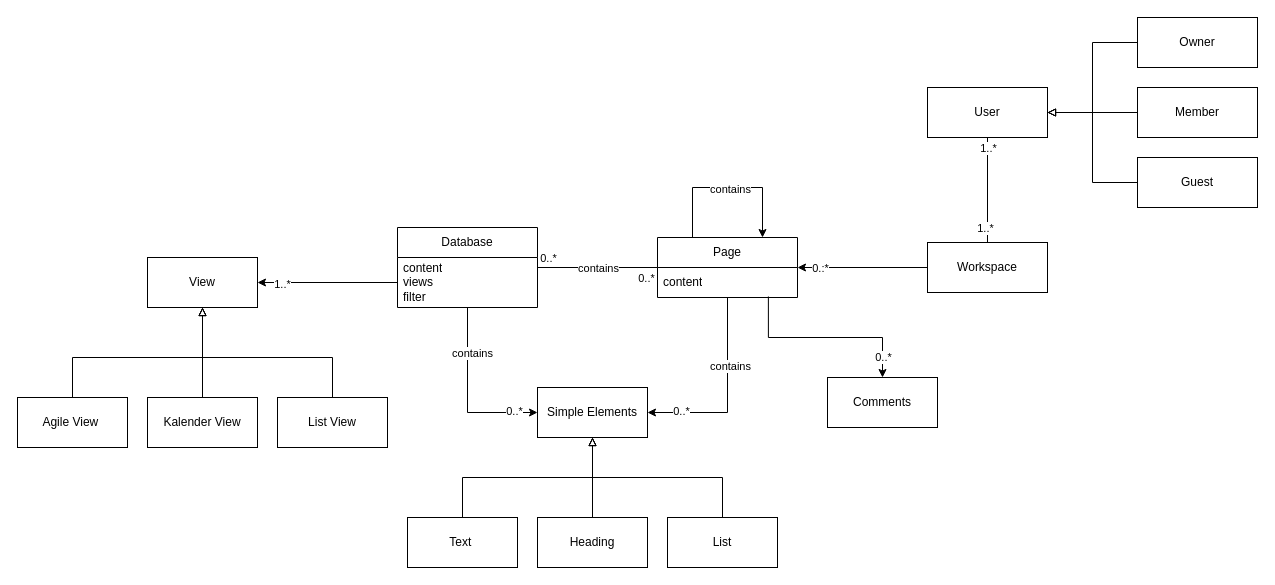
Earlier version of the draw.io diagram Notion_Class_Diagram.drawio (Adrian-Hansen-dev/software-architecture). Source tidied: cells renumbered, new cells numbered last; positions are measured from the earlier drawing's top-left corner, leaving out a move shared by most shapes. Both pictures are drawn from the tidied source at 100%, with x=0, y=0 at pixel (17, 17).
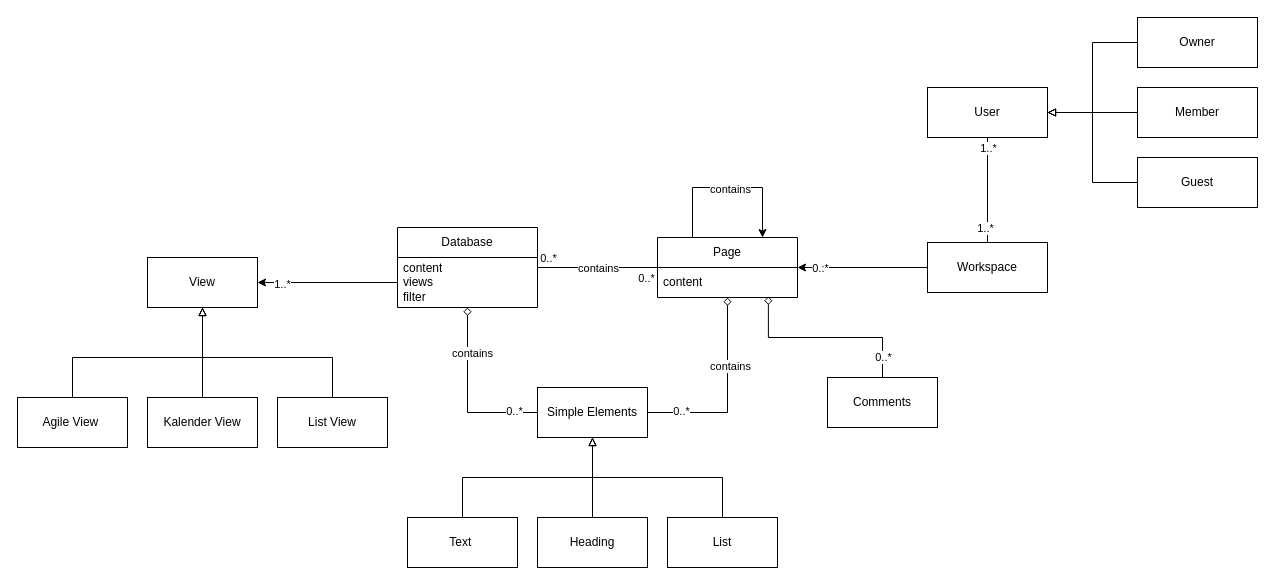
After the change.

The change refers to these unchanged cells:
```xml
<mxCell id="7" value="Page" style="swimlane;fontStyle=0;horizontal=1;startSize=30;whiteSpace=wrap;html=1;" parent="1" vertex="1">
  <mxGeometry x="640" y="220" width="140" height="60" as="geometry" />
</mxCell>
<mxCell id="8" value="content" style="text;strokeColor=none;fillColor=none;align=left;verticalAlign=middle;spacingLeft=4;spacingRight=4;overflow=hidden;points=[[0,0.5],[1,0.5]];portConstraint=eastwest;whiteSpace=wrap;html=1;" parent="7" vertex="1">
  <mxGeometry y="30" width="140" height="30" as="geometry" />
</mxCell>
<mxCell id="18" value="Database" style="swimlane;fontStyle=0;horizontal=1;startSize=30;whiteSpace=wrap;html=1;" parent="1" vertex="1">
  <mxGeometry x="380" y="210" width="140" height="80" as="geometry" />
</mxCell>
<mxCell id="20" value="Simple Elements" style="html=1;whiteSpace=wrap;" parent="1" vertex="1">
  <mxGeometry x="520" y="370" width="110" height="50" as="geometry" />
</mxCell>
<mxCell id="43" value="Comments" style="html=1;whiteSpace=wrap;" parent="1" vertex="1">
  <mxGeometry x="810" y="360" width="110" height="50" as="geometry" />
</mxCell>
```

Diff of the diagram source:
```diff
@@
-    <mxCell id="2" style="edgeStyle=orthogonalEdgeStyle;rounded=0;jettySize=auto;html=1;entryX=1;entryY=0.5;entryDx=0;entryDy=0;" parent="1" edge="1" source="7" target="20">
+    <mxCell id="2" style="edgeStyle=orthogonalEdgeStyle;rounded=0;jettySize=auto;html=1;entryX=1;entryY=0.5;entryDx=0;entryDy=0;endArrow=none;endFill=0;startArrow=diamond;startFill=0;" parent="1" edge="1" source="7" target="20">
       <mxGeometry relative="1" as="geometry">
         <Array as="points">
           <mxPoint x="710" y="395" />
         </Array>
       </mxGeometry>
     </mxCell>
@@
-    <mxCell id="5" style="edgeStyle=orthogonalEdgeStyle;rounded=0;jettySize=auto;html=1;entryX=0.5;entryY=0;entryDx=0;entryDy=0;exitX=0.792;exitY=0.967;exitDx=0;exitDy=0;exitPerimeter=0;" parent="1" edge="1" source="8" target="43">
+    <mxCell id="5" style="edgeStyle=orthogonalEdgeStyle;rounded=0;jettySize=auto;html=1;entryX=0.5;entryY=0;entryDx=0;entryDy=0;exitX=0.792;exitY=0.967;exitDx=0;exitDy=0;exitPerimeter=0;startArrow=diamond;startFill=0;endArrow=none;endFill=0;" parent="1" edge="1" source="8" target="43">
       <mxGeometry relative="1" as="geometry" />
     </mxCell>
@@
-    <mxCell id="15" style="edgeStyle=orthogonalEdgeStyle;rounded=0;jettySize=auto;html=1;entryX=0;entryY=0.5;entryDx=0;entryDy=0;" parent="1" edge="1" source="18" target="20">
+    <mxCell id="15" style="edgeStyle=orthogonalEdgeStyle;rounded=0;jettySize=auto;html=1;entryX=0;entryY=0.5;entryDx=0;entryDy=0;endArrow=none;endFill=0;startArrow=diamond;startFill=0;" parent="1" edge="1" source="18" target="20">
       <mxGeometry relative="1" as="geometry" />
     </mxCell>
```
